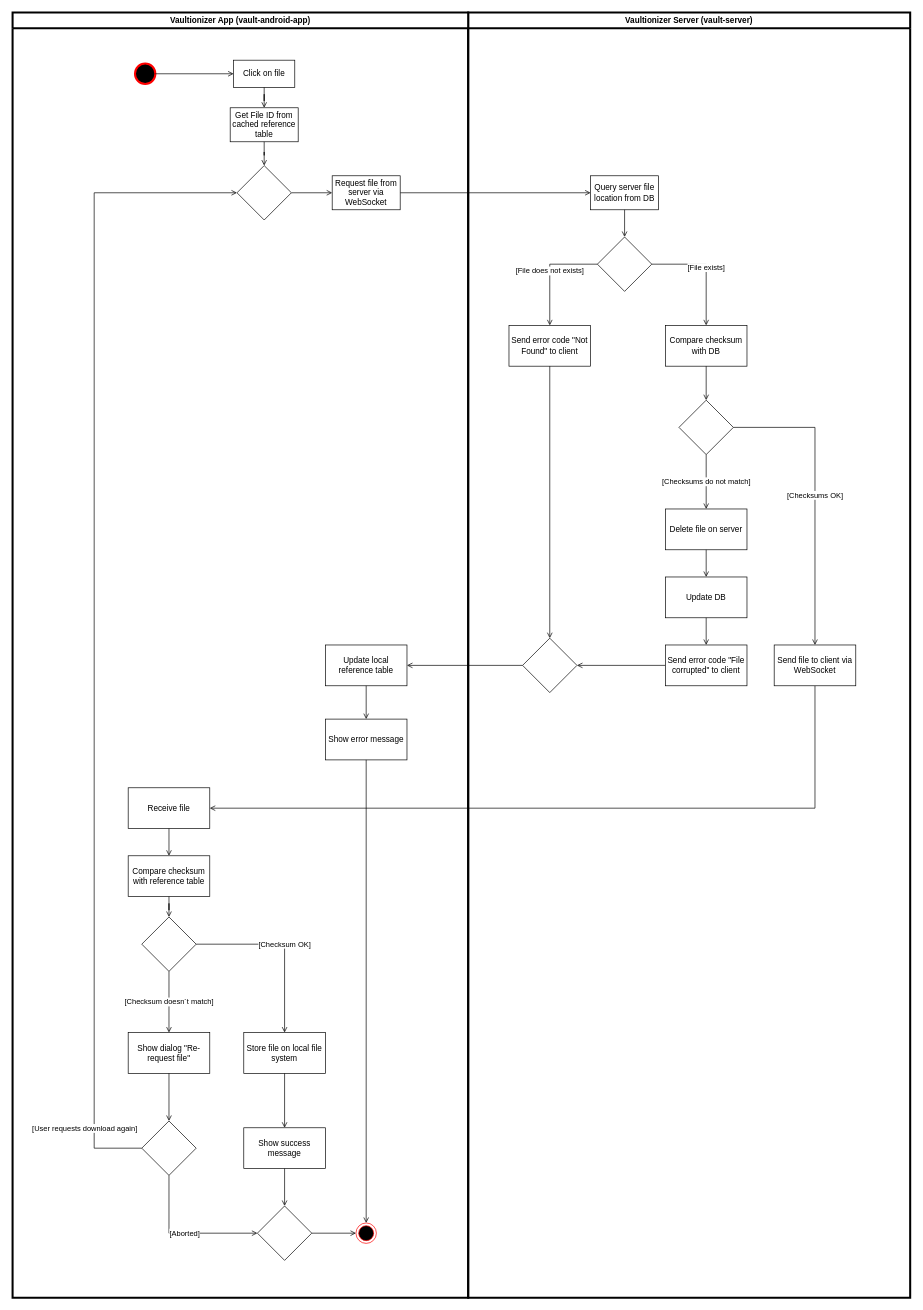
This is img/use_cases/uc_download_file.drawio from Vaultionizer/vault-docs, a draw.io file, before an edit. Source tidied: cells renumbered, new cells numbered last; positions are measured from the earlier drawing's top-left corner, leaving out a move shared by most shapes. Both pictures are drawn from the tidied source at 68%, with x=0, y=0 at pixel (12, 12).
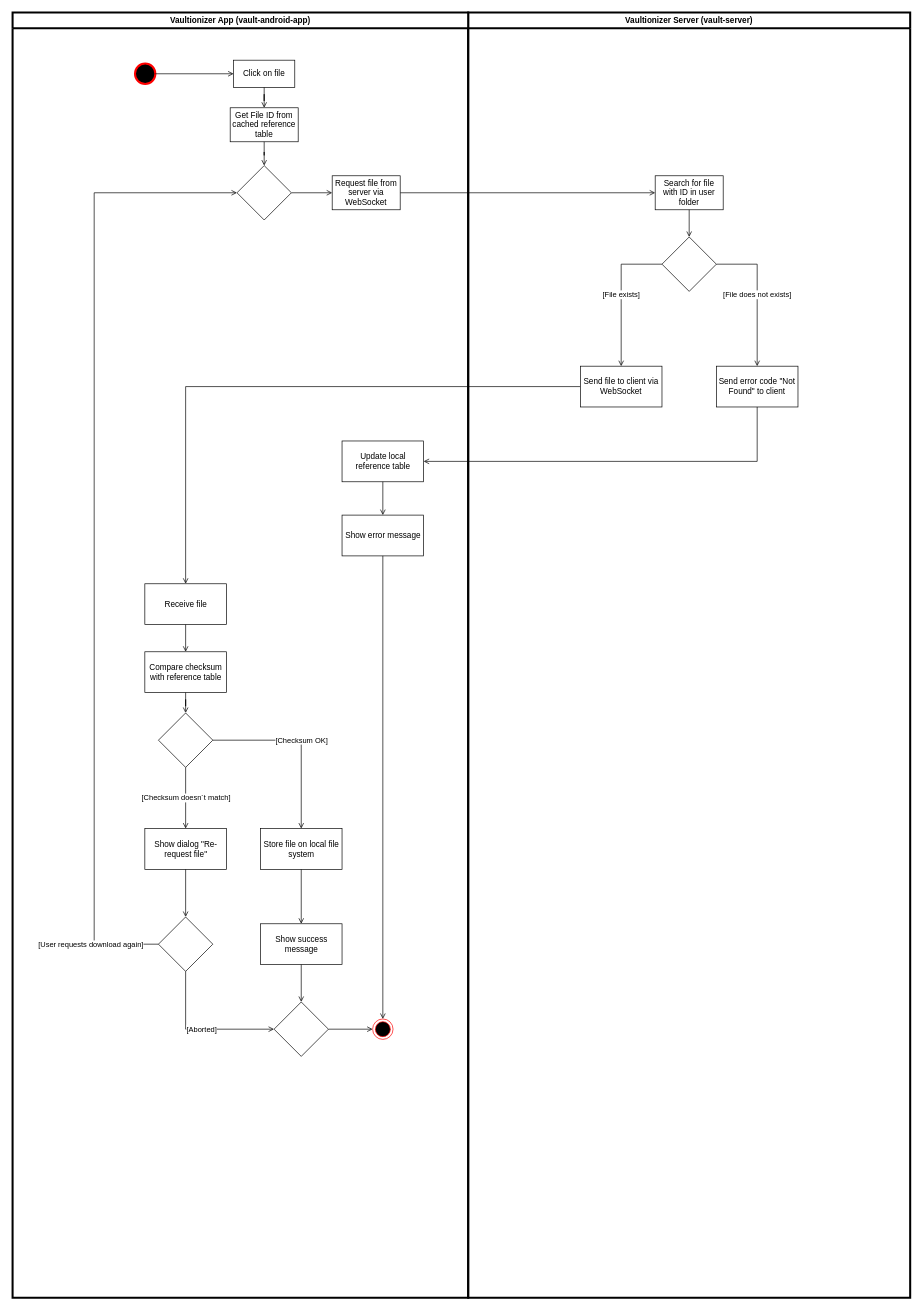
After the change.

Commit message:
Remove CRC server side check

The change refers to these unchanged cells:
```xml
<mxCell id="5" style="group;" parent="1" vertex="1">
  <mxGeometry x="670" width="650" height="1890" as="geometry" />
</mxCell>
<mxCell id="27" style="group;" parent="1" vertex="1">
  <mxGeometry width="670" height="1890" as="geometry" />
</mxCell>
<mxCell id="47" style="rhombus;whiteSpace=wrap;html=1;rounded=0;" parent="27" vertex="1">
  <mxGeometry x="330" y="225" width="80" height="80" as="geometry" />
</mxCell>
```

What changed in the source:
```diff
@@
-    <mxCell id="3" style="edgeStyle=orthogonalEdgeStyle;rounded=0;jettySize=auto;html=1;exitX=0.5;exitY=1;exitDx=0;exitDy=0;entryX=1;entryY=0.5;entryDx=0;entryDy=0;endArrow=open;endFill=0;strokeColor=#000000;" parent="1" edge="1" source="9" target="35">
+    <mxCell id="3" style="edgeStyle=orthogonalEdgeStyle;rounded=0;jettySize=auto;html=1;exitX=0;exitY=0.5;exitDx=0;exitDy=0;entryX=0.5;entryY=0;entryDx=0;entryDy=0;endArrow=open;endFill=0;strokeColor=#000000;" parent="1" edge="1" source="9" target="35">
       <mxGeometry relative="1" as="geometry" />
     </mxCell>
-    <mxCell id="4" style="edgeStyle=orthogonalEdgeStyle;rounded=0;jettySize=auto;html=1;endArrow=open;endFill=0;strokeColor=#000000;" parent="1" edge="1" source="12" target="33">
-      <mxGeometry relative="1" as="geometry" />
-    </mxCell>
@@
+    <mxCell id="26" value="Vaultionizer Server (vault-server)" style="swimlane;strokeWidth=3;" parent="5" vertex="1">
+      <mxGeometry width="650" height="1890" as="geometry" />
+    </mxCell>
-    <mxCell id="6" value="Query server file location from DB" style="rounded=0;whiteSpace=wrap;html=1;" parent="5" vertex="1">
-      <mxGeometry x="180" y="240" width="100" height="50" as="geometry" />
+    <mxCell id="6" value="Search for file with ID in user folder" style="rounded=0;whiteSpace=wrap;html=1;" parent="26" vertex="1">
+      <mxGeometry x="275" y="240" width="100" height="50" as="geometry" />
     </mxCell>
-    <mxCell id="7" style="rhombus;whiteSpace=wrap;html=1;rounded=0;" parent="5" vertex="1">
-      <mxGeometry x="190" y="330" width="80" height="80" as="geometry" />
+    <mxCell id="7" style="rhombus;whiteSpace=wrap;html=1;rounded=0;" parent="26" vertex="1">
+      <mxGeometry x="285" y="330" width="80" height="80" as="geometry" />
     </mxCell>
-    <mxCell id="8" style="edgeStyle=orthogonalEdgeStyle;rounded=0;jettySize=auto;html=1;endArrow=open;endFill=0;strokeColor=#000000;" parent="5" edge="1" source="6" target="7">
+    <mxCell id="8" style="edgeStyle=orthogonalEdgeStyle;rounded=0;jettySize=auto;html=1;endArrow=open;endFill=0;strokeColor=#000000;" parent="26" edge="1" source="6" target="7">
       <mxGeometry relative="1" as="geometry" />
     </mxCell>
+    <mxCell id="11" value="[File does not exists]" style="edgeStyle=orthogonalEdgeStyle;rounded=0;jettySize=auto;html=1;endArrow=open;endFill=0;strokeColor=#000000;exitX=1;exitY=0.5;exitDx=0;exitDy=0;" parent="26" edge="1" source="7" target="10">
+      <mxGeometry relative="1" as="geometry" />
+    </mxCell>
+    <mxCell id="15" value="[File exists]" style="edgeStyle=orthogonalEdgeStyle;rounded=0;jettySize=auto;html=1;endArrow=open;endFill=0;strokeColor=#000000;exitX=0;exitY=0.5;exitDx=0;exitDy=0;" parent="26" edge="1" source="7" target="9">
+      <mxGeometry relative="1" as="geometry" />
+    </mxCell>
-    <mxCell id="9" value="Send file to client via WebSocket" style="whiteSpace=wrap;html=1;rounded=0;" parent="5" vertex="1">
-      <mxGeometry x="450" y="930" width="120" height="60" as="geometry" />
+    <mxCell id="9" value="Send file to client via WebSocket" style="whiteSpace=wrap;html=1;rounded=0;" parent="26" vertex="1">
+      <mxGeometry x="165" y="520" width="120" height="60" as="geometry" />
     </mxCell>
-    <mxCell id="10" value="Send error code &quot;Not Found&quot; to client" style="whiteSpace=wrap;html=1;rounded=0;" parent="5" vertex="1">
-      <mxGeometry x="60" y="460" width="120" height="60" as="geometry" />
+    <mxCell id="10" value="Send error code &quot;Not Found&quot; to client" style="whiteSpace=wrap;html=1;rounded=0;" parent="26" vertex="1">
+      <mxGeometry x="365" y="520" width="120" height="60" as="geometry" />
     </mxCell>
-    <mxCell id="11" value="[File does not exists]" style="edgeStyle=orthogonalEdgeStyle;rounded=0;jettySize=auto;html=1;endArrow=open;endFill=0;strokeColor=#000000;" parent="5" edge="1" source="7" target="10">
-      <mxGeometry relative="1" as="geometry" />
-    </mxCell>
-    <mxCell id="12" style="rhombus;whiteSpace=wrap;html=1;rounded=0;" parent="5" vertex="1">
-      <mxGeometry x="80" y="920" width="80" height="80" as="geometry" />
-    </mxCell>
-    <mxCell id="13" style="edgeStyle=orthogonalEdgeStyle;rounded=0;jettySize=auto;html=1;endArrow=open;endFill=0;strokeColor=#000000;" parent="5" edge="1" source="10" target="12">
-      <mxGeometry relative="1" as="geometry" />
-    </mxCell>
-    <mxCell id="14" value="&lt;div&gt;Compare checksum with DB&lt;br&gt;&lt;/div&gt;" style="whiteSpace=wrap;html=1;rounded=0;" parent="5" vertex="1">
-      <mxGeometry x="290" y="460" width="120" height="60" as="geometry" />
-    </mxCell>
-    <mxCell id="15" value="[File exists]" style="edgeStyle=orthogonalEdgeStyle;rounded=0;jettySize=auto;html=1;endArrow=open;endFill=0;strokeColor=#000000;exitX=1;exitY=0.5;exitDx=0;exitDy=0;entryX=0.5;entryY=0;entryDx=0;entryDy=0;" parent="5" edge="1" source="7" target="14">
-      <mxGeometry relative="1" as="geometry" />
-    </mxCell>
-    <mxCell id="16" value="[Checksums OK]" style="edgeStyle=orthogonalEdgeStyle;rounded=0;jettySize=auto;html=1;endArrow=open;endFill=0;strokeColor=#000000;" parent="5" edge="1" source="17" target="9">
-      <mxGeometry relative="1" as="geometry" />
-    </mxCell>
-    <mxCell id="17" style="rhombus;whiteSpace=wrap;html=1;rounded=0;" parent="5" vertex="1">
-      <mxGeometry x="310" y="570" width="80" height="80" as="geometry" />
-    </mxCell>
-    <mxCell id="18" style="edgeStyle=orthogonalEdgeStyle;rounded=0;jettySize=auto;html=1;endArrow=open;endFill=0;strokeColor=#000000;" parent="5" edge="1" source="14" target="17">
-      <mxGeometry relative="1" as="geometry" />
-    </mxCell>
-    <mxCell id="19" value="Delete file on server" style="whiteSpace=wrap;html=1;rounded=0;" parent="5" vertex="1">
-      <mxGeometry x="290" y="730" width="120" height="60" as="geometry" />
-    </mxCell>
-    <mxCell id="20" value="[Checksums do not match]" style="edgeStyle=orthogonalEdgeStyle;rounded=0;jettySize=auto;html=1;endArrow=open;endFill=0;strokeColor=#000000;" parent="5" edge="1" source="17" target="19">
-      <mxGeometry relative="1" as="geometry" />
-    </mxCell>
-    <mxCell id="21" value="Update DB" style="whiteSpace=wrap;html=1;rounded=0;" parent="5" vertex="1">
-      <mxGeometry x="290" y="830" width="120" height="60" as="geometry" />
-    </mxCell>
-    <mxCell id="22" style="edgeStyle=orthogonalEdgeStyle;rounded=0;jettySize=auto;html=1;endArrow=open;endFill=0;strokeColor=#000000;" parent="5" edge="1" source="19" target="21">
-      <mxGeometry relative="1" as="geometry" />
-    </mxCell>
-    <mxCell id="23" style="edgeStyle=orthogonalEdgeStyle;rounded=0;jettySize=auto;html=1;exitX=0;exitY=0.5;exitDx=0;exitDy=0;entryX=1;entryY=0.5;entryDx=0;entryDy=0;endArrow=open;endFill=0;strokeColor=#000000;" parent="5" edge="1" source="24" target="12">
-      <mxGeometry relative="1" as="geometry" />
-    </mxCell>
-    <mxCell id="24" value="Send error code &quot;File corrupted&quot; to client" style="whiteSpace=wrap;html=1;rounded=0;" parent="5" vertex="1">
-      <mxGeometry x="290" y="930" width="120" height="60" as="geometry" />
-    </mxCell>
-    <mxCell id="25" style="edgeStyle=orthogonalEdgeStyle;rounded=0;jettySize=auto;html=1;endArrow=open;endFill=0;strokeColor=#000000;" parent="5" edge="1" source="21" target="24">
-      <mxGeometry relative="1" as="geometry" />
-    </mxCell>
-    <mxCell id="26" value="Vaultionizer Server (vault-server)" style="swimlane;strokeWidth=3;" parent="5" vertex="1">
-      <mxGeometry width="650" height="1890" as="geometry" />
-    </mxCell>
@@
     <mxCell id="32" value="Show error message" style="whiteSpace=wrap;html=1;rounded=0;" parent="27" vertex="1">
-      <mxGeometry x="460" y="1039" width="120" height="60" as="geometry" />
+      <mxGeometry x="484.5" y="739" width="120" height="60" as="geometry" />
     </mxCell>
     <mxCell id="33" value="Update local reference table" style="whiteSpace=wrap;html=1;rounded=0;" parent="27" vertex="1">
-      <mxGeometry x="460" y="930" width="120" height="60" as="geometry" />
+      <mxGeometry x="484.5" y="630" width="120" height="60" as="geometry" />
     </mxCell>
@@
     <mxCell id="35" value="Receive file" style="whiteSpace=wrap;html=1;rounded=0;" parent="27" vertex="1">
-      <mxGeometry x="170" y="1140" width="120" height="60" as="geometry" />
+      <mxGeometry x="194.5" y="840" width="120" height="60" as="geometry" />
     </mxCell>
     <mxCell id="36" value="Compare checksum with reference table" style="whiteSpace=wrap;html=1;rounded=0;" parent="27" vertex="1">
-      <mxGeometry x="170" y="1240" width="120" height="60" as="geometry" />
+      <mxGeometry x="194.5" y="940" width="120" height="60" as="geometry" />
     </mxCell>
@@
     <mxCell id="38" style="rhombus;whiteSpace=wrap;html=1;rounded=0;" parent="27" vertex="1">
-      <mxGeometry x="190" y="1330" width="80" height="80" as="geometry" />
+      <mxGeometry x="214.5" y="1030" width="80" height="80" as="geometry" />
     </mxCell>
@@
     <mxCell id="40" value="Store file on local file system" style="whiteSpace=wrap;html=1;rounded=0;" parent="27" vertex="1">
-      <mxGeometry x="340" y="1500" width="120" height="60" as="geometry" />
+      <mxGeometry x="364.5" y="1200" width="120" height="60" as="geometry" />
     </mxCell>
@@
     <mxCell id="42" value="Show dialog &quot;Re-request file&quot;" style="whiteSpace=wrap;html=1;rounded=0;" parent="27" vertex="1">
-      <mxGeometry x="170" y="1500" width="120" height="60" as="geometry" />
+      <mxGeometry x="194.5" y="1200" width="120" height="60" as="geometry" />
     </mxCell>
@@
     <mxCell id="44" style="rhombus;whiteSpace=wrap;html=1;rounded=0;" parent="27" vertex="1">
-      <mxGeometry x="190" y="1630" width="80" height="80" as="geometry" />
+      <mxGeometry x="214.5" y="1330" width="80" height="80" as="geometry" />
     </mxCell>
@@
     <mxCell id="49" style="edgeStyle=orthogonalEdgeStyle;rounded=0;jettySize=auto;html=1;entryX=0;entryY=0.5;entryDx=0;entryDy=0;endArrow=open;endFill=0;strokeColor=#000000;exitX=0;exitY=0.5;exitDx=0;exitDy=0;" parent="27" edge="1" source="44" target="47">
       <mxGeometry relative="1" as="geometry">
         <Array as="points">
-          <mxPoint x="120" y="1670" />
+          <mxPoint x="120" y="1370" />
           <mxPoint x="120" y="265" />
         </Array>
       </mxGeometry>
     </mxCell>
@@
     <mxCell id="51" value="Show success message" style="whiteSpace=wrap;html=1;rounded=0;" parent="27" vertex="1">
-      <mxGeometry x="340" y="1640" width="120" height="60" as="geometry" />
+      <mxGeometry x="364.5" y="1340" width="120" height="60" as="geometry" />
     </mxCell>
@@
     <mxCell id="53" style="ellipse;html=1;shape=endState;fillColor=#000000;strokeColor=#ff0000;" parent="27" vertex="1">
-      <mxGeometry x="505" y="1780" width="30" height="30" as="geometry" />
+      <mxGeometry x="529.5" y="1480" width="30" height="30" as="geometry" />
     </mxCell>
@@
     <mxCell id="56" style="rhombus;whiteSpace=wrap;html=1;rounded=0;" parent="27" vertex="1">
-      <mxGeometry x="360" y="1755" width="80" height="80" as="geometry" />
+      <mxGeometry x="384.5" y="1455" width="80" height="80" as="geometry" />
     </mxCell>
@@
+    <mxCell id="13" style="edgeStyle=orthogonalEdgeStyle;rounded=0;jettySize=auto;html=1;endArrow=open;endFill=0;strokeColor=#000000;entryX=1;entryY=0.5;entryDx=0;entryDy=0;exitX=0.5;exitY=1;exitDx=0;exitDy=0;" parent="1" edge="1" source="10" target="33">
+      <mxGeometry relative="1" as="geometry" />
+    </mxCell>
```
